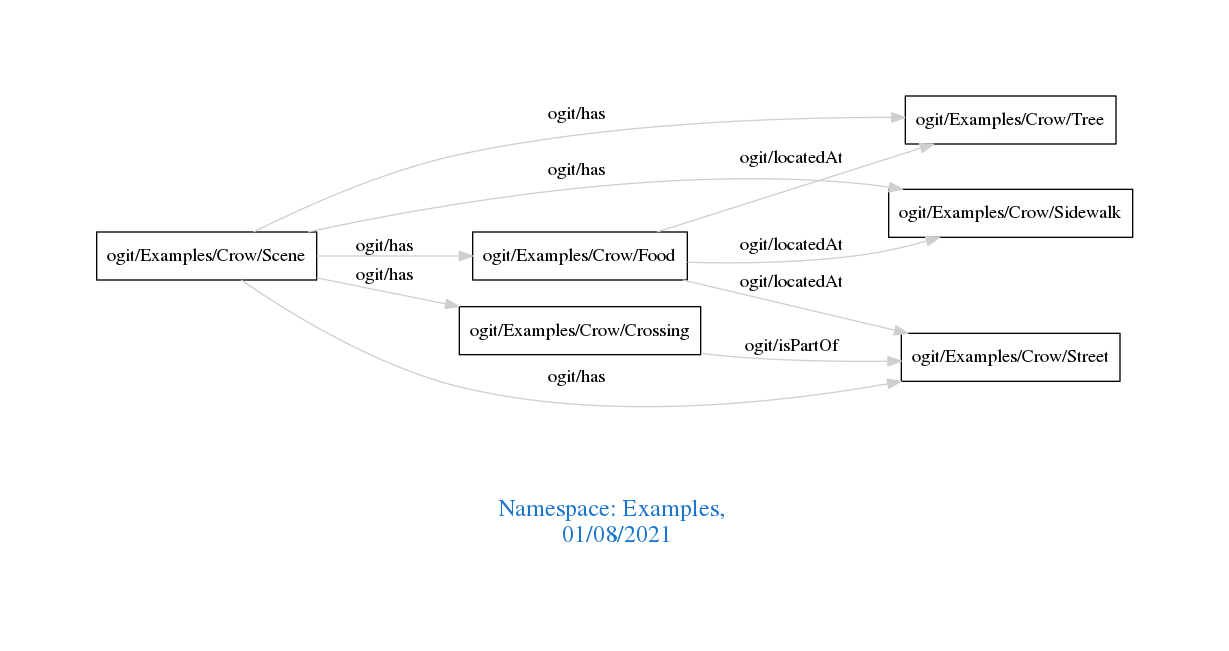
This is downloads/Examples.png from arago/OGIT, a Graphviz export, as it was before one commit. Its source is kept beside it as downloads/Examples.dot.
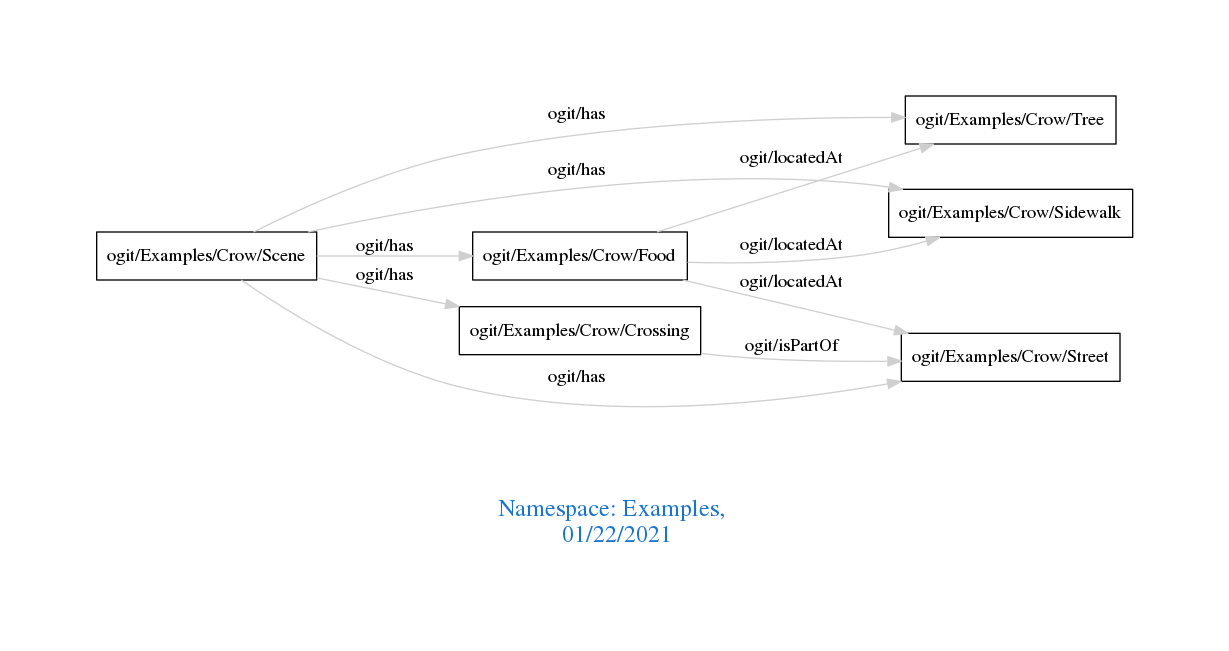
The same file after the commit.

Change to the diagram source:
```diff
@@ -1,7 +1,7 @@
 digraph OGIT_ontology {
  graph [ rankdir= LR,pad=1
 fontsize = 18,
-fontcolor= dodgerblue3,label = "\n\n\nNamespace: Examples, \n 01/08/2021"];
+fontcolor= dodgerblue3,label = "\n\n\nNamespace: Examples, \n 01/22/2021"];
 node[shape=polygon];
 edge [  color="gray81"];
 
```
